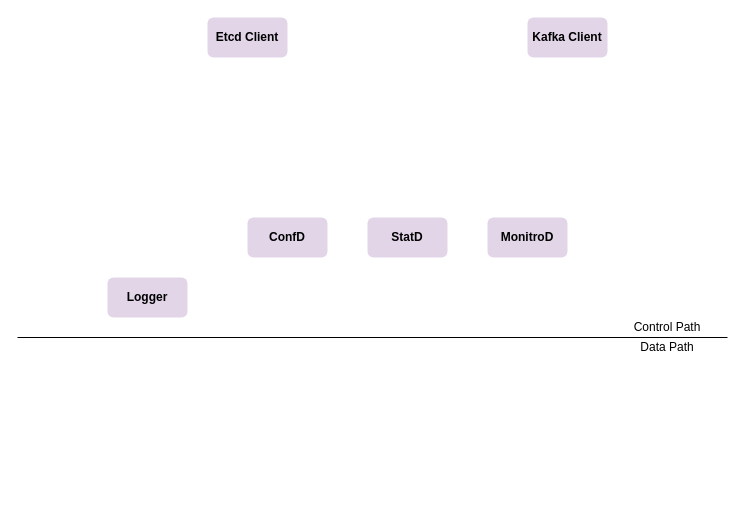
sugchand/drawio keeps this draw.io diagram as go-pingpong.drawio. Above is the earlier version. Source tidied: cells renumbered, new cells numbered last; positions are measured from the earlier drawing's top-left corner, leaving out a move shared by most shapes. Both pictures are drawn from the tidied source at 100%, with x=0, y=0 at pixel (17, 17).
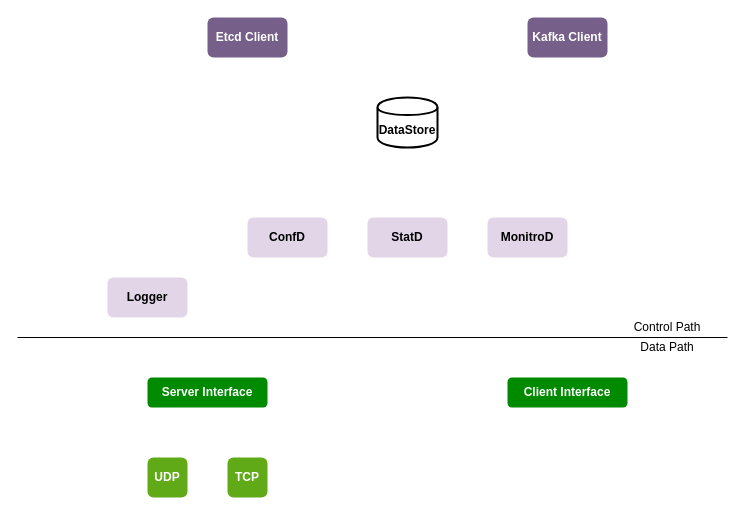
Above is the later version.

What changed in the source:
```diff
@@
 <mxGraphModel>
   <root>
     <mxCell id="0" />
     <mxCell id="1" parent="0" />
     <mxCell id="2" value="&lt;b&gt;ConfD&lt;/b&gt;" style="rounded=1;whiteSpace=wrap;html=1;fillColor=#e1d5e7;strokeColor=none;" parent="1" vertex="1">
       <mxGeometry x="230" y="200" width="80" height="40" as="geometry" />
     </mxCell>
     <mxCell id="3" value="&lt;b&gt;StatD&lt;/b&gt;" style="rounded=1;whiteSpace=wrap;html=1;fillColor=#e1d5e7;strokeColor=none;" parent="1" vertex="1">
       <mxGeometry x="350" y="200" width="80" height="40" as="geometry" />
     </mxCell>
     <mxCell id="4" value="&lt;b&gt;MonitroD&lt;/b&gt;" style="rounded=1;whiteSpace=wrap;html=1;fillColor=#e1d5e7;strokeColor=none;" parent="1" vertex="1">
       <mxGeometry x="470" y="200" width="80" height="40" as="geometry" />
     </mxCell>
     <mxCell id="5" value="&lt;b&gt;Logger&lt;/b&gt;" style="rounded=1;whiteSpace=wrap;html=1;fillColor=#e1d5e7;strokeColor=none;" parent="1" vertex="1">
       <mxGeometry x="90" y="260" width="80" height="40" as="geometry" />
     </mxCell>
     <mxCell id="6" style="endArrow=none;html=1;" parent="1" edge="1">
       <mxGeometry relative="1" as="geometry">
         <mxPoint y="320" as="sourcePoint" />
         <mxPoint x="710" y="320" as="targetPoint" />
       </mxGeometry>
     </mxCell>
     <mxCell id="7" value="Control Path" style="text;html=1;strokeColor=none;fillColor=none;align=center;verticalAlign=middle;whiteSpace=wrap;rounded=0;" parent="1" vertex="1">
       <mxGeometry x="590" y="300" width="120" height="20" as="geometry" />
     </mxCell>
     <mxCell id="8" value="Data Path" style="text;html=1;strokeColor=none;fillColor=none;align=center;verticalAlign=middle;whiteSpace=wrap;rounded=0;" parent="1" vertex="1">
       <mxGeometry x="590" y="320" width="120" height="20" as="geometry" />
     </mxCell>
-    <mxCell id="9" value="&lt;b&gt;Kafka Client&lt;/b&gt;" style="rounded=1;whiteSpace=wrap;html=1;fillColor=#e1d5e7;strokeColor=none;" parent="1" vertex="1">
+    <mxCell id="9" value="&lt;b&gt;Kafka Client&lt;/b&gt;" style="rounded=1;whiteSpace=wrap;html=1;fillColor=#76608a;strokeColor=none;fontColor=#ffffff;" parent="1" vertex="1">
       <mxGeometry x="510" width="80" height="40" as="geometry" />
     </mxCell>
-    <mxCell id="10" value="&lt;b&gt;Etcd Client&lt;/b&gt;" style="rounded=1;whiteSpace=wrap;html=1;fillColor=#e1d5e7;strokeColor=none;" parent="1" vertex="1">
+    <mxCell id="10" value="&lt;b&gt;Etcd Client&lt;/b&gt;" style="rounded=1;whiteSpace=wrap;html=1;fillColor=#76608a;strokeColor=none;fontColor=#ffffff;" parent="1" vertex="1">
       <mxGeometry x="190" width="80" height="40" as="geometry" />
     </mxCell>
+    <mxCell id="11" value="&lt;b&gt;DataStore&lt;/b&gt;" style="shape=cylinder;whiteSpace=wrap;html=1;boundedLbl=1;backgroundOutline=1;strokeWidth=2;" parent="1" vertex="1">
+      <mxGeometry x="360" y="80" width="60" height="50" as="geometry" />
+    </mxCell>
+    <mxCell id="12" value="&lt;b&gt;Server Interface&lt;/b&gt;" style="rounded=1;whiteSpace=wrap;html=1;fillColor=#008a00;strokeColor=none;fontColor=#ffffff;" parent="1" vertex="1">
+      <mxGeometry x="130" y="360" width="120" height="30" as="geometry" />
+    </mxCell>
+    <mxCell id="13" value="&lt;b&gt;Client Interface&lt;/b&gt;" style="rounded=1;whiteSpace=wrap;html=1;fillColor=#008a00;strokeColor=none;fontColor=#ffffff;" parent="1" vertex="1">
+      <mxGeometry x="490" y="360" width="120" height="30" as="geometry" />
+    </mxCell>
+    <mxCell id="14" value="&lt;b&gt;UDP&lt;/b&gt;" style="rounded=1;whiteSpace=wrap;html=1;fillColor=#60a917;strokeColor=none;fontColor=#ffffff;" parent="1" vertex="1">
+      <mxGeometry x="130" y="440" width="40" height="40" as="geometry" />
+    </mxCell>
+    <mxCell id="15" value="&lt;b&gt;TCP&lt;/b&gt;" style="rounded=1;whiteSpace=wrap;html=1;fillColor=#60a917;strokeColor=none;fontColor=#ffffff;" parent="1" vertex="1">
+      <mxGeometry x="210" y="440" width="40" height="40" as="geometry" />
+    </mxCell>
   </root>
 </mxGraphModel>
```
